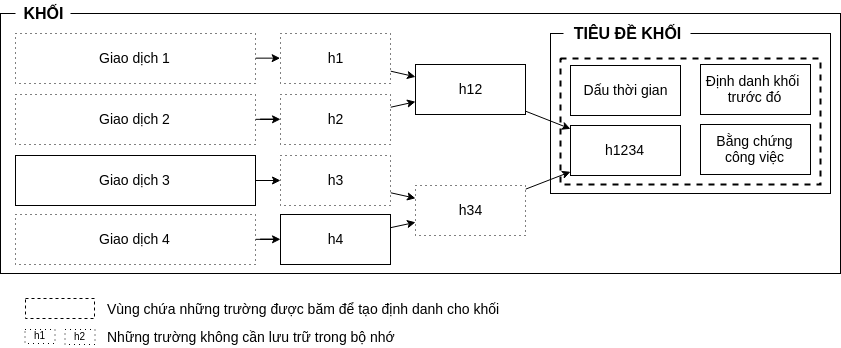
This is resource/block-structure-using-merkle-tree2.png from nguyenduyhieukma/from-Blockchain-to-Bitcoin, a draw.io export, as it was before one commit. Source tidied: cells renumbered, new cells last; positions are measured from the earlier drawing's top-left corner, leaving out a move shared by most shapes. Its diagram source:
```xml
<mxGraphModel>
  <root>
    <mxCell id="0" />
    <mxCell id="1" parent="0" />
    <mxCell id="2" style="whiteSpace=wrap;html=1;" parent="1" vertex="1">
      <mxGeometry y="13" width="840" height="260" as="geometry" />
    </mxCell>
    <mxCell id="3" style="whiteSpace=wrap;html=1;" parent="1" vertex="1">
      <mxGeometry x="550" y="33" width="280" height="160" as="geometry" />
    </mxCell>
    <mxCell id="4" value="Định danh khối&amp;nbsp; trước đó" style="rounded=0;whiteSpace=wrap;html=1;fontSize=14;" parent="1" vertex="1">
      <mxGeometry x="700" y="64" width="110" height="50" as="geometry" />
    </mxCell>
    <mxCell id="5" value="Dấu thời gian" style="rounded=0;whiteSpace=wrap;html=1;fontSize=14;" parent="1" vertex="1">
      <mxGeometry x="570" y="65" width="110" height="50" as="geometry" />
    </mxCell>
    <mxCell id="6" style="edgeStyle=orthogonalEdgeStyle;rounded=0;jettySize=auto;html=1;fontSize=16;" parent="1" edge="1" source="7" target="23">
      <mxGeometry relative="1" as="geometry" />
    </mxCell>
    <mxCell id="7" value="Giao dịch 3" style="rounded=0;whiteSpace=wrap;html=1;fontSize=14;" parent="1" vertex="1">
      <mxGeometry x="15" y="155" width="240" height="50" as="geometry" />
    </mxCell>
    <mxCell id="8" value="Bằng chứng công việc" style="rounded=0;whiteSpace=wrap;html=1;fontSize=14;" parent="1" vertex="1">
      <mxGeometry x="700" y="124" width="110" height="50" as="geometry" />
    </mxCell>
    <mxCell id="9" value="Vùng chứa những trường được băm để tạo định danh cho khối" style="text;html=1;strokeColor=none;fillColor=none;align=left;verticalAlign=middle;whiteSpace=wrap;rounded=0;fontSize=14;" parent="1" vertex="1">
      <mxGeometry x="105" y="298" width="395" height="20" as="geometry" />
    </mxCell>
    <mxCell id="10" value="TIÊU ĐỀ KHỐI" style="text;html=1;strokeColor=none;fillColor=#ffffff;align=center;verticalAlign=middle;whiteSpace=wrap;rounded=0;fontSize=16;fontStyle=1;" parent="1" vertex="1">
      <mxGeometry x="563" y="20" width="127" height="24" as="geometry" />
    </mxCell>
    <mxCell id="11" style="whiteSpace=wrap;html=1;fillColor=none;fontSize=14;dashed=1;strokeWidth=2;" parent="1" vertex="1">
      <mxGeometry x="560" y="58" width="260" height="126" as="geometry" />
    </mxCell>
    <mxCell id="12" style="whiteSpace=wrap;html=1;dashed=1;strokeWidth=1;fillColor=none;fontSize=14;" parent="1" vertex="1">
      <mxGeometry x="25" y="298" width="69" height="20" as="geometry" />
    </mxCell>
    <mxCell id="13" style="edgeStyle=none;rounded=0;jettySize=auto;html=1;fontSize=16;" parent="1" edge="1" source="14" target="17">
      <mxGeometry relative="1" as="geometry" />
    </mxCell>
    <mxCell id="14" value="h12" style="rounded=0;whiteSpace=wrap;html=1;fontSize=14;" parent="1" vertex="1">
      <mxGeometry x="415" y="64" width="110" height="50" as="geometry" />
    </mxCell>
    <mxCell id="15" style="edgeStyle=none;rounded=0;jettySize=auto;html=1;fontSize=16;" parent="1" edge="1" source="16" target="17">
      <mxGeometry relative="1" as="geometry" />
    </mxCell>
    <mxCell id="16" value="h34" style="rounded=0;whiteSpace=wrap;html=1;fontSize=14;dashed=1;dashPattern=1 4;" parent="1" vertex="1">
      <mxGeometry x="415" y="185" width="110" height="50" as="geometry" />
    </mxCell>
    <mxCell id="17" value="h1234" style="rounded=0;whiteSpace=wrap;html=1;fontSize=14;" parent="1" vertex="1">
      <mxGeometry x="570" y="125" width="110" height="50" as="geometry" />
    </mxCell>
    <mxCell id="18" style="edgeStyle=none;rounded=0;jettySize=auto;html=1;fontSize=16;" parent="1" edge="1" source="19" target="14">
      <mxGeometry relative="1" as="geometry" />
    </mxCell>
    <mxCell id="19" value="h1" style="rounded=0;whiteSpace=wrap;html=1;fontSize=14;dashed=1;dashPattern=1 4;" parent="1" vertex="1">
      <mxGeometry x="280" y="33" width="110" height="50" as="geometry" />
    </mxCell>
    <mxCell id="20" style="edgeStyle=none;rounded=0;jettySize=auto;html=1;fontSize=16;" parent="1" edge="1" source="21" target="14">
      <mxGeometry relative="1" as="geometry" />
    </mxCell>
    <mxCell id="21" value="h2" style="rounded=0;whiteSpace=wrap;html=1;fontSize=14;dashed=1;dashPattern=1 4;" parent="1" vertex="1">
      <mxGeometry x="280" y="94" width="110" height="50" as="geometry" />
    </mxCell>
    <mxCell id="22" style="edgeStyle=none;rounded=0;jettySize=auto;html=1;fontSize=16;" parent="1" edge="1" source="23" target="16">
      <mxGeometry relative="1" as="geometry" />
    </mxCell>
    <mxCell id="23" value="h3" style="rounded=0;whiteSpace=wrap;html=1;fontSize=14;dashed=1;dashPattern=1 4;" parent="1" vertex="1">
      <mxGeometry x="280" y="155" width="110" height="50" as="geometry" />
    </mxCell>
    <mxCell id="24" style="edgeStyle=none;rounded=0;jettySize=auto;html=1;fontSize=16;" parent="1" edge="1" source="25" target="16">
      <mxGeometry relative="1" as="geometry" />
    </mxCell>
    <mxCell id="25" value="h4" style="rounded=0;whiteSpace=wrap;html=1;fontSize=14;" parent="1" vertex="1">
      <mxGeometry x="280" y="214" width="110" height="50" as="geometry" />
    </mxCell>
    <mxCell id="26" value="KHỐI" style="text;html=1;strokeColor=none;fillColor=#ffffff;align=center;verticalAlign=middle;whiteSpace=wrap;rounded=0;fontSize=16;fontStyle=1;" parent="1" vertex="1">
      <mxGeometry x="15" width="55" height="24" as="geometry" />
    </mxCell>
    <mxCell id="27" value="&lt;font style=&quot;font-size: 10px;&quot;&gt;h2&lt;/font&gt;" style="rounded=0;whiteSpace=wrap;html=1;strokeWidth=1;fontSize=10;fillColor=none;dashed=1;dashPattern=1 4;" parent="1" vertex="1">
      <mxGeometry x="64.5" y="329" width="30" height="15" as="geometry" />
    </mxCell>
    <mxCell id="28" value="&lt;font style=&quot;font-size: 10px;&quot;&gt;h1&lt;/font&gt;" style="rounded=0;whiteSpace=wrap;html=1;strokeWidth=1;fontSize=10;fillColor=none;dashed=1;dashPattern=1 4;" parent="1" vertex="1">
      <mxGeometry x="24.5" y="329" width="30" height="14" as="geometry" />
    </mxCell>
    <mxCell id="29" value="Những trường không cần lưu trữ trong bộ nhớ" style="text;html=1;strokeColor=none;fillColor=none;align=left;verticalAlign=middle;whiteSpace=wrap;rounded=0;fontSize=14;" parent="1" vertex="1">
      <mxGeometry x="105" y="326" width="336" height="20" as="geometry" />
    </mxCell>
    <mxCell id="30" style="edgeStyle=orthogonalEdgeStyle;rounded=0;jettySize=auto;html=1;" parent="1" edge="1" source="31" target="25">
      <mxGeometry relative="1" as="geometry" />
    </mxCell>
    <mxCell id="31" value="Giao dịch 4" style="rounded=0;whiteSpace=wrap;html=1;fontSize=14;dashed=1;dashPattern=1 4;" parent="1" vertex="1">
      <mxGeometry x="15" y="214" width="240" height="50" as="geometry" />
    </mxCell>
    <mxCell id="32" style="edgeStyle=orthogonalEdgeStyle;rounded=0;jettySize=auto;html=1;" parent="1" edge="1" source="33" target="21">
      <mxGeometry relative="1" as="geometry" />
    </mxCell>
    <mxCell id="33" value="Giao dịch 2" style="rounded=0;whiteSpace=wrap;html=1;fontSize=14;dashed=1;dashPattern=1 4;" parent="1" vertex="1">
      <mxGeometry x="15" y="94" width="240" height="50" as="geometry" />
    </mxCell>
    <mxCell id="34" style="edgeStyle=orthogonalEdgeStyle;rounded=0;jettySize=auto;html=1;entryX=0;entryY=0.5;entryDx=0;entryDy=0;" parent="1" edge="1" source="35" target="19">
      <mxGeometry relative="1" as="geometry" />
    </mxCell>
    <mxCell id="35" value="Giao dịch 1" style="rounded=0;whiteSpace=wrap;html=1;fontSize=14;dashed=1;dashPattern=1 4;" parent="1" vertex="1">
      <mxGeometry x="15" y="33" width="240" height="50" as="geometry" />
    </mxCell>
  </root>
</mxGraphModel>
```
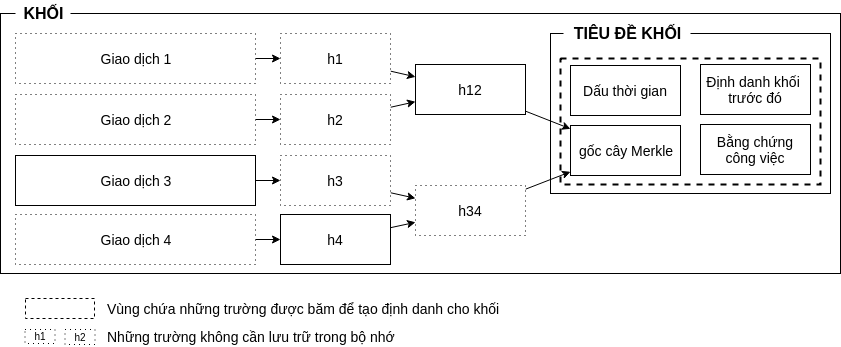
After the change.

Diff of the diagram source:
```diff
@@ -47,7 +47,7 @@
     <mxCell id="16" value="h34" style="rounded=0;whiteSpace=wrap;html=1;fontSize=14;dashed=1;dashPattern=1 4;" parent="1" vertex="1">
       <mxGeometry x="415" y="185" width="110" height="50" as="geometry" />
     </mxCell>
-    <mxCell id="17" value="h1234" style="rounded=0;whiteSpace=wrap;html=1;fontSize=14;" parent="1" vertex="1">
+    <mxCell id="17" value="gốc cây Merkle" style="rounded=0;whiteSpace=wrap;html=1;fontSize=14;" parent="1" vertex="1">
       <mxGeometry x="570" y="125" width="110" height="50" as="geometry" />
     </mxCell>
     <mxCell id="18" style="edgeStyle=none;rounded=0;jettySize=auto;html=1;fontSize=16;" parent="1" edge="1" source="19" target="14">
```
